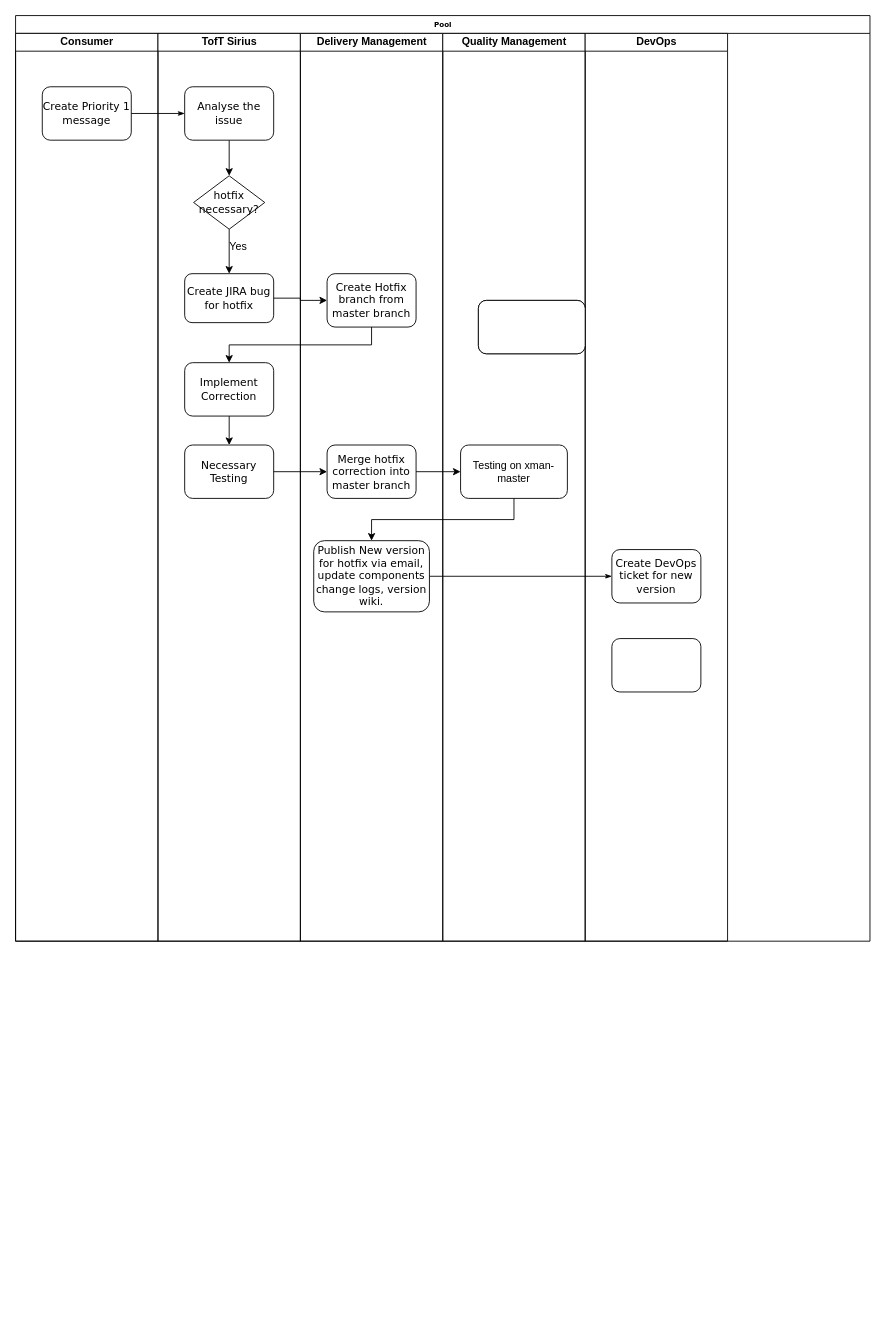
Before: Untitled Diagram.drawio in TrevorNodeJS/HelloWorld, a draw.io diagram. Source tidied: cells renumbered, new cells numbered last; positions are measured from the earlier drawing's top-left corner, leaving out a move shared by most shapes. Both pictures are drawn from the tidied source at 89%, with x=0, y=0 at pixel (15, 15).
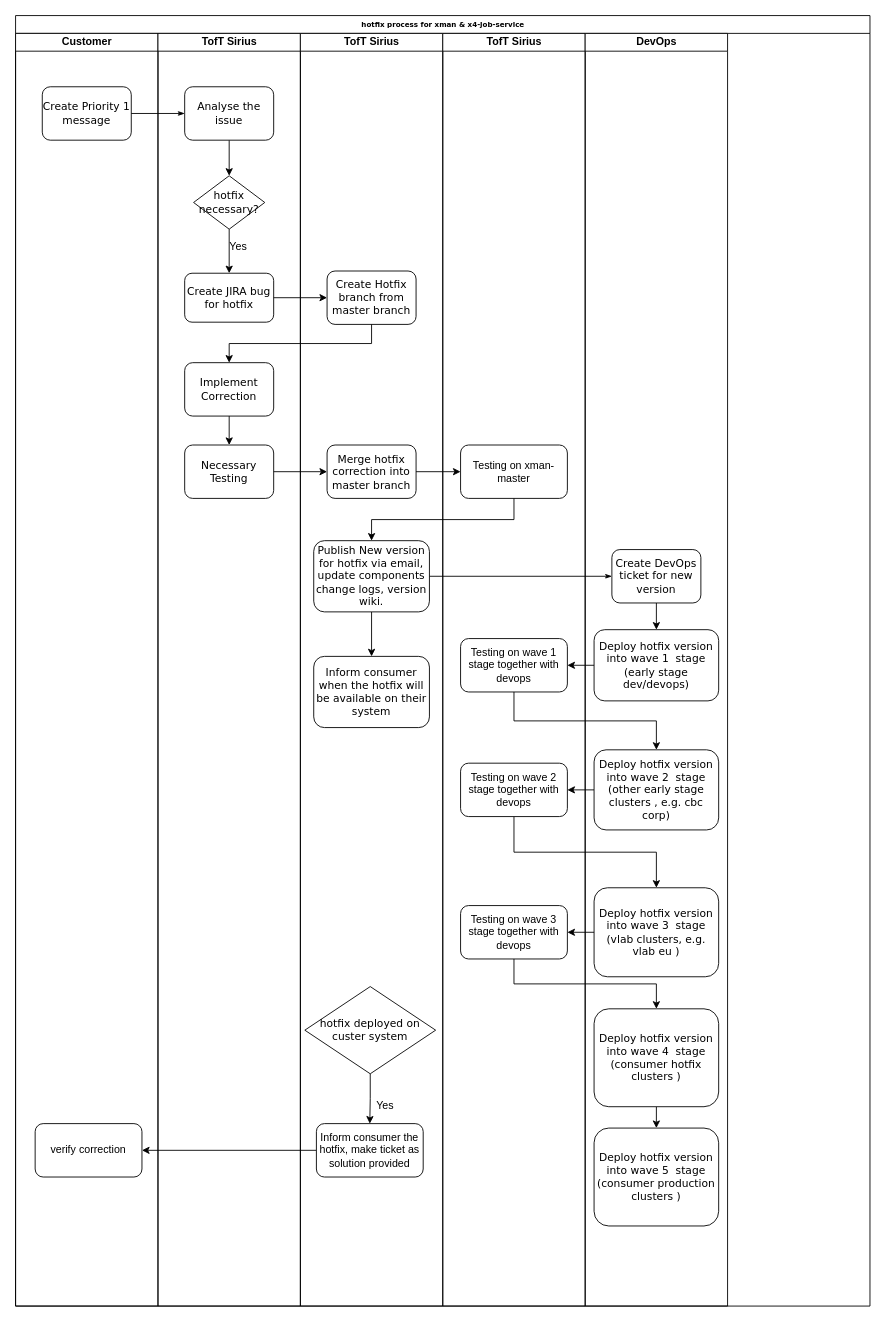
After the change.

Unchanged cells that the change refers to:
```xml
<mxCell id="19" value="&lt;font style=&quot;font-size: 12px&quot;&gt;Publish New version for hotfix via email, update components change logs, version wiki.&lt;/font&gt;" style="rounded=1;whiteSpace=wrap;html=1;shadow=0;labelBackgroundColor=none;strokeWidth=1;fontFamily=Verdana;fontSize=8;align=center;" parent="17" vertex="1">
  <mxGeometry x="15" y="570" width="130" height="80" as="geometry" />
</mxCell>
<mxCell id="25" value="&lt;font style=&quot;font-size: 12px&quot;&gt;Create DevOps ticket for new version&lt;/font&gt;" style="rounded=1;whiteSpace=wrap;html=1;shadow=0;labelBackgroundColor=none;strokeWidth=1;fontFamily=Verdana;fontSize=8;align=center;" parent="24" vertex="1">
  <mxGeometry x="30" y="580" width="100" height="60" as="geometry" />
</mxCell>
```

Diff of the diagram source:
```diff
@@
-    <mxCell id="2" value="Pool" style="swimlane;html=1;startSize=20;rounded=0;shadow=0;labelBackgroundColor=none;strokeWidth=1;fontFamily=Verdana;fontSize=8;align=center;" parent="1" vertex="1">
-      <mxGeometry width="960" height="1040" as="geometry" />
+    <mxCell id="2" value="hotfix process for xman &amp;amp; x4-job-service" style="swimlane;html=1;startSize=20;rounded=0;shadow=0;labelBackgroundColor=none;strokeWidth=1;fontFamily=Verdana;fontSize=8;align=center;" parent="1" vertex="1">
+      <mxGeometry width="960" height="1450" as="geometry" />
     </mxCell>
-    <mxCell id="3" value="Consumer" style="swimlane;html=1;startSize=20;" parent="2" vertex="1">
-      <mxGeometry y="20" width="160" height="1020" as="geometry" />
+    <mxCell id="3" value="Customer" style="swimlane;html=1;startSize=20;" parent="2" vertex="1">
+      <mxGeometry y="20" width="160" height="1430" as="geometry" />
     </mxCell>
@@
+    <mxCell id="33" value="verify correction" style="rounded=1;whiteSpace=wrap;html=1;" parent="3" vertex="1">
+      <mxGeometry x="22" y="1225" width="120" height="60" as="geometry" />
+    </mxCell>
@@
     <mxCell id="7" value="TofT Sirius" style="swimlane;html=1;startSize=20;" parent="2" vertex="1">
-      <mxGeometry x="160" y="20" width="160" height="1020" as="geometry" />
+      <mxGeometry x="160" y="20" width="160" height="1430" as="geometry" />
     </mxCell>
     <mxCell id="8" value="&lt;font style=&quot;font-size: 12px&quot;&gt;Create JIRA bug for hotfix&lt;/font&gt;" style="rounded=1;whiteSpace=wrap;html=1;shadow=0;labelBackgroundColor=none;strokeWidth=1;fontFamily=Verdana;fontSize=8;align=center;" parent="7" vertex="1">
-      <mxGeometry x="30" y="270" width="100" height="55" as="geometry" />
+      <mxGeometry x="30" y="269.5" width="100" height="55" as="geometry" />
     </mxCell>
@@
+    <mxCell id="34" style="edgeStyle=orthogonalEdgeStyle;rounded=0;jettySize=auto;html=1;exitX=0;exitY=0.5;exitDx=0;exitDy=0;entryX=1;entryY=0.5;entryDx=0;entryDy=0;" parent="2" edge="1" source="36" target="33">
+      <mxGeometry relative="1" as="geometry" />
+    </mxCell>
-    <mxCell id="17" value="Delivery Management" style="swimlane;html=1;startSize=20;" parent="2" vertex="1">
-      <mxGeometry x="320" y="20" width="160" height="1020" as="geometry" />
+    <mxCell id="17" value="TofT Sirius" style="swimlane;html=1;startSize=20;" parent="2" vertex="1">
+      <mxGeometry x="320" y="20" width="160" height="1430" as="geometry" />
     </mxCell>
@@
+    <mxCell id="35" style="edgeStyle=orthogonalEdgeStyle;rounded=0;jettySize=auto;html=1;exitX=0.5;exitY=1;exitDx=0;exitDy=0;entryX=0.5;entryY=0;entryDx=0;entryDy=0;" parent="17" edge="1" source="19" target="37">
+      <mxGeometry relative="1" as="geometry" />
+    </mxCell>
@@
     <mxCell id="20" value="&lt;font style=&quot;font-size: 12px&quot;&gt;Create Hotfix branch from master branch&lt;/font&gt;" style="rounded=1;whiteSpace=wrap;html=1;shadow=0;labelBackgroundColor=none;strokeWidth=1;fontFamily=Verdana;fontSize=8;align=center;" parent="17" vertex="1">
-      <mxGeometry x="30" y="270" width="100" height="60" as="geometry" />
+      <mxGeometry x="30" y="267" width="100" height="60" as="geometry" />
     </mxCell>
+    <mxCell id="36" value="Inform consumer the hotfix, make ticket as solution provided" style="rounded=1;whiteSpace=wrap;html=1;" parent="17" vertex="1">
+      <mxGeometry x="18" y="1225" width="120" height="60" as="geometry" />
+    </mxCell>
+    <mxCell id="37" value="&lt;font style=&quot;font-size: 12px&quot;&gt;Inform consumer when the hotfix will be available on their system&lt;/font&gt;" style="rounded=1;whiteSpace=wrap;html=1;shadow=0;labelBackgroundColor=none;strokeWidth=1;fontFamily=Verdana;fontSize=8;align=center;" parent="17" vertex="1">
+      <mxGeometry x="15" y="700" width="130" height="80" as="geometry" />
+    </mxCell>
+    <mxCell id="38" style="edgeStyle=orthogonalEdgeStyle;rounded=0;jettySize=auto;html=1;exitX=0.5;exitY=1;exitDx=0;exitDy=0;entryX=0.5;entryY=0;entryDx=0;entryDy=0;" parent="17" edge="1" source="39" target="36">
+      <mxGeometry relative="1" as="geometry" />
+    </mxCell>
+    <mxCell id="39" value="&lt;font style=&quot;font-size: 12px&quot;&gt;hotfix deployed on custer system&lt;/font&gt;" style="rhombus;whiteSpace=wrap;html=1;rounded=0;shadow=0;labelBackgroundColor=none;strokeWidth=1;fontFamily=Verdana;fontSize=8;align=center;" parent="17" vertex="1">
+      <mxGeometry x="5" y="1071" width="147" height="98" as="geometry" />
+    </mxCell>
+    <mxCell id="40" value="Yes" style="text;html=1;align=center;verticalAlign=middle;fillColor=none;strokeColor=none;rounded=0;" parent="17" vertex="1">
+      <mxGeometry x="75" y="1195" width="40" height="20" as="geometry" />
+    </mxCell>
@@
-    <mxCell id="22" value="Quality Management" style="swimlane;html=1;startSize=20;" parent="2" vertex="1">
-      <mxGeometry x="480" y="20" width="160" height="1020" as="geometry" />
+    <mxCell id="22" value="TofT Sirius" style="swimlane;html=1;startSize=20;" parent="2" vertex="1">
+      <mxGeometry x="480" y="20" width="160" height="1430" as="geometry" />
     </mxCell>
@@
+    <mxCell id="32" value="Testing on wave 1 stage together with devops" style="rounded=1;whiteSpace=wrap;html=1;" parent="22" vertex="1">
+      <mxGeometry x="20" y="680" width="120" height="60" as="geometry" />
+    </mxCell>
+    <mxCell id="41" value="Testing on wave 3 stage together with devops" style="rounded=1;whiteSpace=wrap;html=1;" parent="22" vertex="1">
+      <mxGeometry x="20" y="980" width="120" height="60" as="geometry" />
+    </mxCell>
     <mxCell id="24" value="DevOps" style="swimlane;html=1;startSize=20;" parent="2" vertex="1">
-      <mxGeometry x="640" y="20" width="160" height="1020" as="geometry" />
+      <mxGeometry x="640" y="20" width="160" height="1430" as="geometry" />
     </mxCell>
+    <mxCell id="42" style="edgeStyle=orthogonalEdgeStyle;rounded=0;jettySize=auto;html=1;exitX=0.5;exitY=1;exitDx=0;exitDy=0;entryX=0.5;entryY=0;entryDx=0;entryDy=0;" parent="24" edge="1" source="25" target="26">
+      <mxGeometry relative="1" as="geometry" />
+    </mxCell>
@@
-    <mxCell id="26" style="rounded=1;whiteSpace=wrap;html=1;shadow=0;labelBackgroundColor=none;strokeWidth=1;fontFamily=Verdana;fontSize=8;align=center;" parent="24" vertex="1">
-      <mxGeometry x="30" y="680" width="100" height="60" as="geometry" />
+    <mxCell id="26" value="&lt;font style=&quot;font-size: 12px&quot;&gt;Deploy hotfix version into wave 1&amp;nbsp; stage&lt;br&gt;&lt;/font&gt;&lt;font style=&quot;font-size: 12px&quot;&gt;(early stage dev/devops)&lt;/font&gt;" style="rounded=1;whiteSpace=wrap;html=1;shadow=0;labelBackgroundColor=none;strokeWidth=1;fontFamily=Verdana;fontSize=8;align=center;" parent="24" vertex="1">
+      <mxGeometry x="10" y="670" width="140" height="80" as="geometry" />
     </mxCell>
+    <mxCell id="43" style="edgeStyle=orthogonalEdgeStyle;rounded=0;jettySize=auto;html=1;exitX=0.5;exitY=1;exitDx=0;exitDy=0;" parent="24" edge="1" source="44" target="47">
+      <mxGeometry relative="1" as="geometry" />
+    </mxCell>
+    <mxCell id="44" value="Testing on wave 2 stage together with devops" style="rounded=1;whiteSpace=wrap;html=1;" parent="24" vertex="1">
+      <mxGeometry x="-140" y="820" width="120" height="60" as="geometry" />
+    </mxCell>
+    <mxCell id="45" style="edgeStyle=orthogonalEdgeStyle;rounded=0;jettySize=auto;html=1;exitX=0;exitY=0.5;exitDx=0;exitDy=0;entryX=1;entryY=0.5;entryDx=0;entryDy=0;" parent="24" edge="1" source="46" target="44">
+      <mxGeometry relative="1" as="geometry" />
+    </mxCell>
+    <mxCell id="46" value="&lt;font style=&quot;font-size: 12px&quot;&gt;Deploy hotfix version into wave 2&amp;nbsp; stage&lt;br&gt;&lt;/font&gt;&lt;font style=&quot;font-size: 12px&quot;&gt;(other early stage clusters , e.g. cbc corp)&lt;/font&gt;" style="rounded=1;whiteSpace=wrap;html=1;shadow=0;labelBackgroundColor=none;strokeWidth=1;fontFamily=Verdana;fontSize=8;align=center;" parent="24" vertex="1">
+      <mxGeometry x="10" y="805" width="140" height="90" as="geometry" />
+    </mxCell>
+    <mxCell id="47" value="&lt;font style=&quot;font-size: 12px&quot;&gt;Deploy hotfix version into wave 3&amp;nbsp; stage&lt;br&gt;&lt;/font&gt;&lt;font style=&quot;font-size: 12px&quot;&gt;(vlab clusters, e.g. vlab eu )&lt;/font&gt;" style="rounded=1;whiteSpace=wrap;html=1;shadow=0;labelBackgroundColor=none;strokeWidth=1;fontFamily=Verdana;fontSize=8;align=center;" parent="24" vertex="1">
+      <mxGeometry x="10" y="960" width="140" height="100" as="geometry" />
+    </mxCell>
+    <mxCell id="48" style="edgeStyle=orthogonalEdgeStyle;rounded=0;jettySize=auto;html=1;exitX=0.5;exitY=1;exitDx=0;exitDy=0;entryX=0.5;entryY=0;entryDx=0;entryDy=0;" parent="24" edge="1" source="49" target="50">
+      <mxGeometry relative="1" as="geometry" />
+    </mxCell>
+    <mxCell id="49" value="&lt;font style=&quot;font-size: 12px&quot;&gt;Deploy hotfix version into wave 4&amp;nbsp; stage&lt;br&gt;&lt;/font&gt;&lt;font style=&quot;font-size: 12px&quot;&gt;(consumer hotfix clusters )&lt;/font&gt;" style="rounded=1;whiteSpace=wrap;html=1;shadow=0;labelBackgroundColor=none;strokeWidth=1;fontFamily=Verdana;fontSize=8;align=center;" parent="24" vertex="1">
+      <mxGeometry x="10" y="1096" width="140" height="110" as="geometry" />
+    </mxCell>
+    <mxCell id="50" value="&lt;font style=&quot;font-size: 12px&quot;&gt;Deploy hotfix version into wave 5&amp;nbsp; stage&lt;br&gt;&lt;/font&gt;&lt;font style=&quot;font-size: 12px&quot;&gt;(consumer production clusters )&lt;/font&gt;" style="rounded=1;whiteSpace=wrap;html=1;shadow=0;labelBackgroundColor=none;strokeWidth=1;fontFamily=Verdana;fontSize=8;align=center;" parent="24" vertex="1">
+      <mxGeometry x="10" y="1230" width="140" height="110" as="geometry" />
+    </mxCell>
@@
-    <mxCell id="31" style="rounded=1;whiteSpace=wrap;html=1;" parent="1" vertex="1">
-      <mxGeometry x="520" y="320" width="120" height="60" as="geometry" />
-    </mxCell>
-    <mxCell id="32" style="rounded=1;whiteSpace=wrap;html=1;" parent="1" vertex="1">
-      <mxGeometry x="520" y="320" width="120" height="60" as="geometry" />
-    </mxCell>
+    <mxCell id="51" style="edgeStyle=orthogonalEdgeStyle;rounded=0;jettySize=auto;html=1;exitX=0;exitY=0.5;exitDx=0;exitDy=0;entryX=1;entryY=0.5;entryDx=0;entryDy=0;" parent="2" edge="1" source="26" target="32">
+      <mxGeometry relative="1" as="geometry" />
+    </mxCell>
+    <mxCell id="52" style="edgeStyle=orthogonalEdgeStyle;rounded=0;jettySize=auto;html=1;exitX=0.5;exitY=1;exitDx=0;exitDy=0;entryX=0.5;entryY=0;entryDx=0;entryDy=0;" parent="2" edge="1" source="32" target="46">
+      <mxGeometry relative="1" as="geometry" />
+    </mxCell>
+    <mxCell id="53" style="edgeStyle=orthogonalEdgeStyle;rounded=0;jettySize=auto;html=1;exitX=0;exitY=0.5;exitDx=0;exitDy=0;entryX=1;entryY=0.5;entryDx=0;entryDy=0;" parent="2" edge="1" source="47" target="41">
+      <mxGeometry relative="1" as="geometry" />
+    </mxCell>
+    <mxCell id="54" style="edgeStyle=orthogonalEdgeStyle;rounded=0;jettySize=auto;html=1;exitX=0.5;exitY=1;exitDx=0;exitDy=0;" parent="2" edge="1" source="41" target="49">
+      <mxGeometry relative="1" as="geometry" />
+    </mxCell>
```
